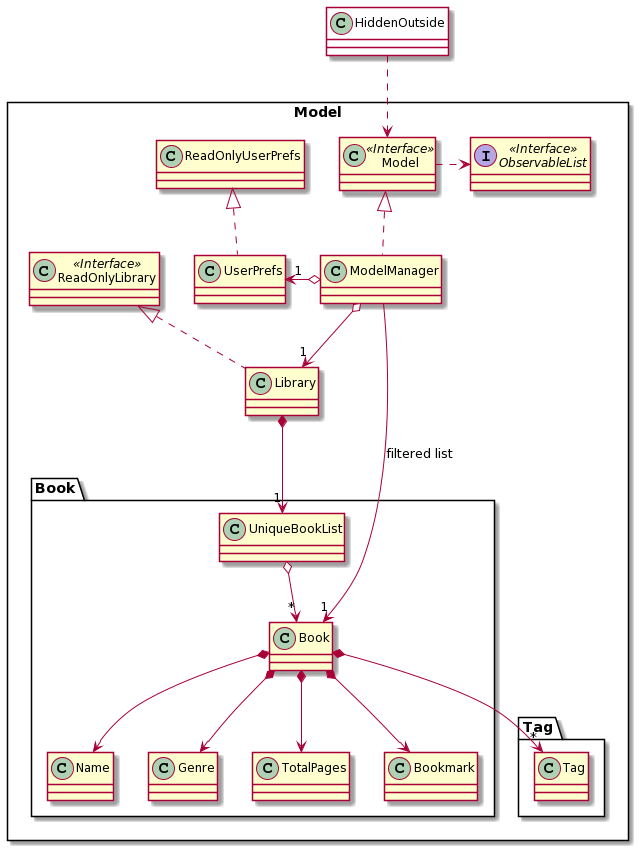
Earlier version of the PlantUML export docs/images/ModelClassDiagram.png (pennhanlee/tp). The source it was exported from:
```plantuml
@startuml
Package Model <<Rectangle>>{
Interface ReadOnlyLibrary <<Interface>>
Interface Model <<Interface>>
Interface ObservableList <<Interface>>
Class Library
Class ReadOnlyLibrary
Class Model
Class ModelManager
Class UserPrefs
Class ReadOnlyUserPrefs

Package Book {
Class Book
Class Name
Class Genre
Class TotalPages
Class Bookmark
Class UniqueBookList
}

Package Tag {
Class Tag
}
}

Class HiddenOutside #FFFFFF
HiddenOutside ..> Model

Library .up.|> ReadOnlyLibrary

ModelManager .up.|> Model
Model .right.> ObservableList
ModelManager o--> "1" Library
ModelManager o-left-> "1" UserPrefs
UserPrefs .up.|> ReadOnlyUserPrefs

Library *--> "1" UniqueBookList
UniqueBookList o--> "*" Book
Book *--> Name
Book *--> Genre
Book *--> TotalPages
Book *--> Bookmark
Book *--> "*" Tag

Name -[hidden]right-> Genre
Genre-[hidden]right-> TotalPages
TotalPages-[hidden]right-> Bookmark

ModelManager -->"1" Book : filtered list
@enduml
```
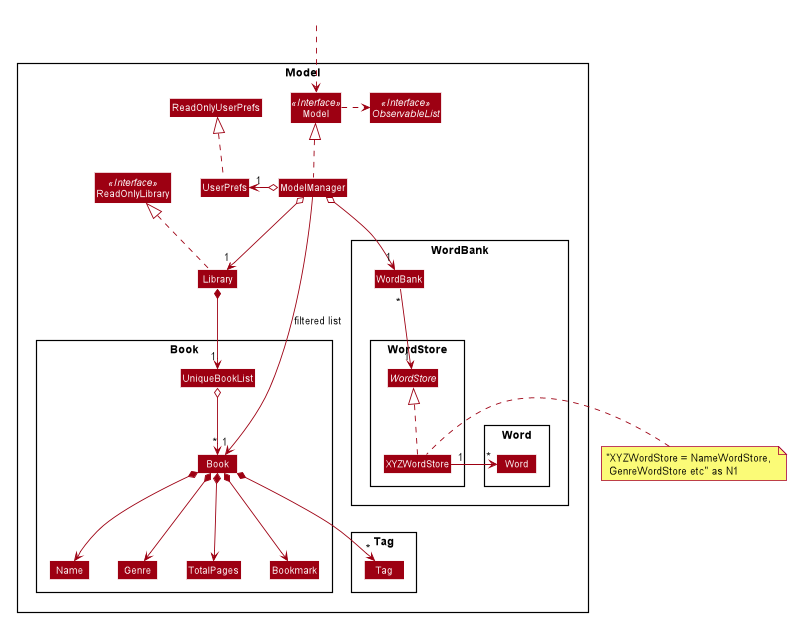
The same file after the commit.

What changed in the source:
```diff
@@ -1,4 +1,57 @@
 @startuml
+
+
+
+
+
+
+
+
+
+skinparam BackgroundColor #FFFFFFF
+
+skinparam Shadowing false
+
+skinparam Class {
+    FontColor #FFFFFF
+    BorderThickness 1
+    BorderColor #FFFFFF
+    StereotypeFontColor #FFFFFF
+    FontName Arial
+}
+
+skinparam Actor {
+    BorderColor #000000
+    Color #000000
+    FontName Arial
+}
+
+skinparam Sequence {
+    MessageAlign center
+    BoxFontSize 15
+    BoxPadding 0
+    BoxFontColor #FFFFFF
+    FontName Arial
+}
+
+skinparam Participant {
+    FontColor #FFFFFFF
+    Padding 20
+}
+
+skinparam MinClassWidth 50
+skinparam ParticipantPadding 10
+skinparam Shadowing false
+skinparam DefaultTextAlignment center
+skinparam packageStyle Rectangle
+
+hide footbox
+hide members
+hide circle
+skinparam arrowThickness 1.1
+skinparam arrowColor #9D0012
+skinparam classBackgroundColor #9D0012
+
 Package Model <<Rectangle>>{
 Interface ReadOnlyLibrary <<Interface>>
 Interface Model <<Interface>>
@@ -9,6 +62,7 @@
 Class ModelManager
 Class UserPrefs
 Class ReadOnlyUserPrefs
+Class WordBank
 
 Package Book {
 Class Book
@@ -22,6 +76,19 @@
 Package Tag {
 Class Tag
 }
+
+package WordBank {
+Class WordBank
+
+package WordStore {
+Abstract class WordStore
+Class XYZWordStore
+}
+
+package Word {
+Class Word
+}
+}
 }
 
 Class HiddenOutside #FFFFFF
@@ -32,6 +99,7 @@
 ModelManager .up.|> Model
 Model .right.> ObservableList
 ModelManager o--> "1" Library
+ModelManager o--> "1" WordBank
 ModelManager o-left-> "1" UserPrefs
 UserPrefs .up.|> ReadOnlyUserPrefs
 
@@ -43,6 +111,11 @@
 Book *--> Bookmark
 Book *--> "*" Tag
 
+WordBank "*" -down-> "1" WordStore
+XYZWordStore .up.|> WordStore
+note left of XYZWordStore: "XYZWordStore = NameWordStore, \n GenreWordStore etc" as N1
+XYZWordStore "1" -> "*" Word
+
 Name -[hidden]right-> Genre
 Genre-[hidden]right-> TotalPages
 TotalPages-[hidden]right-> Bookmark
```
